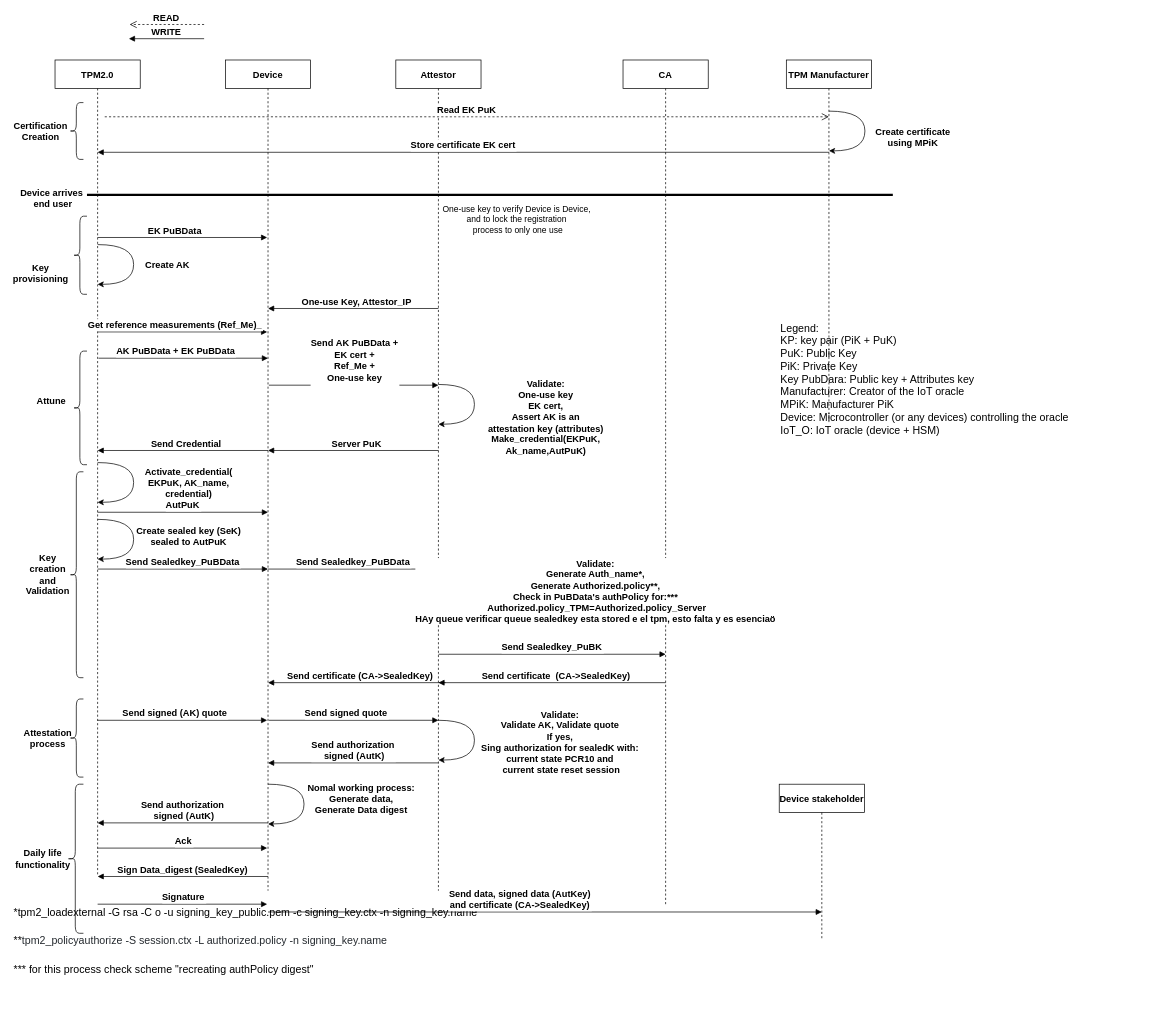
ernesto418/Remote_attestation_server keeps this draw.io diagram as server_remote/Scheme.drawio. Above is the earlier version. Source tidied: cells renumbered, new cells numbered last; positions are measured from the earlier drawing's top-left corner, leaving out a move shared by most shapes. Both pictures are drawn from the tidied source at 71%, with x=0, y=0 at pixel (12, 24).
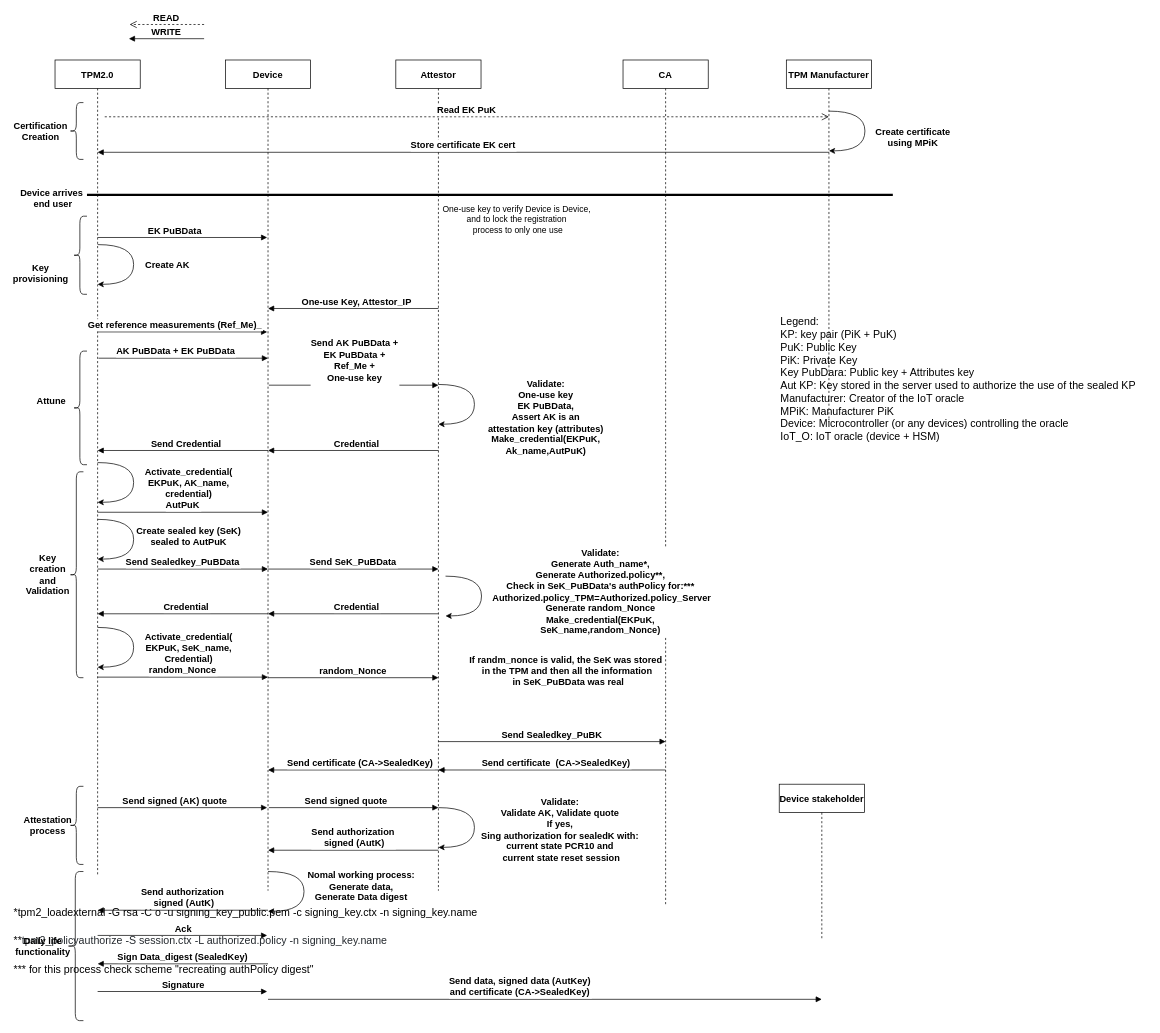
The same page after the edit.

Commit message:
Key creation an validation full defined

The change refers to these unchanged cells:
```xml
<mxCell id="29" style="curved=1;endArrow=classic;html=1;" parent="1" edge="1">
  <mxGeometry relative="1" as="geometry">
    <mxPoint x="600" y="507" as="sourcePoint" />
    <mxPoint x="600" y="563" as="targetPoint" />
    <Array as="points">
      <mxPoint x="650.7" y="507" />
      <mxPoint x="650.7" y="563" />
    </Array>
  </mxGeometry>
</mxCell>
<mxCell id="62" style="curved=1;endArrow=classic;html=1;" parent="1" edge="1">
  <mxGeometry relative="1" as="geometry">
    <mxPoint x="610" y="777" as="sourcePoint" />
    <mxPoint x="610" y="833" as="targetPoint" />
    <Array as="points">
      <mxPoint x="660.7" y="777" />
      <mxPoint x="660.7" y="833" />
    </Array>
  </mxGeometry>
</mxCell>
```

Diff of the diagram source:
```diff
@@
-    <mxCell id="18" value="&lt;font style=&quot;font-size: 15px&quot;&gt;&lt;span&gt;Legend:&lt;/span&gt;&lt;br&gt;KP: key pair (PiK + PuK)&lt;br&gt;&lt;span style=&quot;font-size: 15px&quot;&gt;PuK: Public Key&lt;/span&gt;&lt;br&gt;&lt;span style=&quot;font-size: 15px&quot;&gt;PiK: Private Key&lt;br&gt;&lt;/span&gt;Key PubDara: Public key + Attributes key&lt;br&gt;&lt;span style=&quot;font-size: 15px&quot;&gt;Manufacturer: Creator of the IoT oracle&lt;/span&gt;&lt;br&gt;&lt;span style=&quot;font-size: 15px&quot;&gt;MPiK: Manufacturer PiK&lt;/span&gt;&lt;br&gt;&lt;span style=&quot;font-size: 15px&quot;&gt;Device: Microcontroller (or any devices) controlling the oracle&lt;/span&gt;&lt;br&gt;&lt;div&gt;&lt;span&gt;&lt;font style=&quot;font-size: 15px&quot;&gt;IoT_O: IoT oracle (device + HSM)&lt;/font&gt;&lt;/span&gt;&lt;/div&gt;&lt;br&gt;&lt;/font&gt;" style="text;html=1;align=left;verticalAlign=middle;strokeColor=none;" parent="1" vertex="1">
-      <mxGeometry x="1080" y="433" width="420" height="150" as="geometry" />
+    <mxCell id="18" value="&lt;font style=&quot;font-size: 15px&quot;&gt;&lt;span&gt;Legend:&lt;/span&gt;&lt;br&gt;KP: key pair (PiK + PuK)&lt;br&gt;&lt;span style=&quot;font-size: 15px&quot;&gt;PuK: Public Key&lt;/span&gt;&lt;br&gt;&lt;span style=&quot;font-size: 15px&quot;&gt;PiK: Private Key&lt;br&gt;&lt;/span&gt;Key PubDara: Public key + Attributes key&lt;br&gt;Aut KP: Key stored in the server used to authorize the use of the sealed KP&lt;br&gt;&lt;span style=&quot;font-size: 15px&quot;&gt;Manufacturer: Creator of the IoT oracle&lt;/span&gt;&lt;br&gt;&lt;span style=&quot;font-size: 15px&quot;&gt;MPiK: Manufacturer PiK&lt;/span&gt;&lt;br&gt;&lt;span style=&quot;font-size: 15px&quot;&gt;Device: Microcontroller (or any devices) controlling the oracle&lt;/span&gt;&lt;br&gt;&lt;div&gt;&lt;span&gt;&lt;font style=&quot;font-size: 15px&quot;&gt;IoT_O: IoT oracle (device + HSM)&lt;/font&gt;&lt;/span&gt;&lt;/div&gt;&lt;br&gt;&lt;/font&gt;" style="text;html=1;align=left;verticalAlign=middle;strokeColor=none;" parent="1" vertex="1">
+      <mxGeometry x="1080" y="423" width="520" height="170" as="geometry" />
     </mxCell>
@@
-    <mxCell id="20" value="Send AK PuBData +&#10;EK cert +&#10;Ref_Me +&#10;One-use key&#10;" style="verticalAlign=bottom;endArrow=block;shadow=0;strokeWidth=1;fontStyle=1;fontSize=13;" parent="1" edge="1">
+    <mxCell id="20" value="Send AK PuBData +&#10;EK PuBData +&#10;Ref_Me +&#10;One-use key&#10;" style="verticalAlign=bottom;endArrow=block;shadow=0;strokeWidth=1;fontStyle=1;fontSize=13;" parent="1" edge="1">
       <mxGeometry x="0.01" y="-15" relative="1" as="geometry">
         <mxPoint x="361.2" y="508" as="sourcePoint" />
         <mxPoint x="600" y="508" as="targetPoint" />
       </mxGeometry>
     </mxCell>
@@
-    <mxCell id="30" value="&lt;span style=&quot;font-size: 13px&quot;&gt;&lt;b&gt;Validate:&lt;br&gt;One-use key&lt;br&gt;&lt;/b&gt;&lt;/span&gt;&lt;span style=&quot;font-size: 13px ; font-weight: 700&quot;&gt;EK cert&lt;/span&gt;&lt;span style=&quot;font-size: 13px&quot;&gt;&lt;b&gt;,&lt;br&gt;Assert AK is an &lt;br&gt;attestation key (attributes)&lt;br&gt;&lt;/b&gt;&lt;/span&gt;&lt;span style=&quot;font-size: 13px&quot;&gt;&lt;b&gt;Make_credential(EKPuK,&lt;br&gt;Ak_name,AutPuK)&lt;br&gt;&lt;br&gt;&lt;/b&gt;&lt;/span&gt;" style="edgeLabel;html=1;align=center;verticalAlign=middle;" parent="29" vertex="1">
+    <mxCell id="30" value="&lt;span style=&quot;font-size: 13px&quot;&gt;&lt;b&gt;Validate:&lt;br&gt;One-use key&lt;br&gt;&lt;/b&gt;&lt;/span&gt;&lt;span style=&quot;font-size: 13px ; font-weight: 700&quot;&gt;EK PuBData&lt;/span&gt;&lt;span style=&quot;font-size: 13px&quot;&gt;&lt;b&gt;,&lt;br&gt;Assert AK is an &lt;br&gt;attestation key (attributes)&lt;br&gt;&lt;/b&gt;&lt;/span&gt;&lt;span style=&quot;font-size: 13px&quot;&gt;&lt;b&gt;Make_credential(EKPuK,&lt;br&gt;Ak_name,AutPuK)&lt;br&gt;&lt;br&gt;&lt;/b&gt;&lt;/span&gt;" style="edgeLabel;html=1;align=center;verticalAlign=middle;" parent="29" vertex="1">
       <mxGeometry x="-0.36" y="-8" relative="1" as="geometry">
         <mxPoint x="100" y="45" as="offset" />
       </mxGeometry>
     </mxCell>
-    <mxCell id="31" value="Server PuK" style="verticalAlign=bottom;endArrow=block;endSize=6;shadow=0;strokeWidth=1;fontStyle=1;fontSize=13;endFill=1;" parent="1" edge="1">
+    <mxCell id="31" value="Credential" style="verticalAlign=bottom;endArrow=block;endSize=6;shadow=0;strokeWidth=1;fontStyle=1;fontSize=13;endFill=1;" parent="1" edge="1">
       <mxGeometry x="-0.04" relative="1" as="geometry">
         <mxPoint x="600" y="600" as="sourcePoint" />
         <mxPoint x="360" y="600" as="targetPoint" />
       </mxGeometry>
     </mxCell>
@@
-    <mxCell id="40" value="Send Sealedkey_PuBData" style="verticalAlign=bottom;endArrow=block;shadow=0;strokeWidth=1;fontStyle=1;fontSize=13;" parent="1" edge="1">
+    <mxCell id="40" value="Send SeK_PuBData" style="verticalAlign=bottom;endArrow=block;shadow=0;strokeWidth=1;fontStyle=1;fontSize=13;" parent="1" edge="1">
       <mxGeometry relative="1" as="geometry">
         <mxPoint x="360" y="767" as="sourcePoint" />
         <mxPoint x="600" y="767" as="targetPoint" />
       </mxGeometry>
     </mxCell>
     <mxCell id="41" style="curved=1;endArrow=classic;html=1;" parent="1" edge="1">
       <mxGeometry relative="1" as="geometry">
-        <mxPoint x="360" y="1070" as="sourcePoint" />
-        <mxPoint x="360" y="1126" as="targetPoint" />
+        <mxPoint x="360" y="1193" as="sourcePoint" />
+        <mxPoint x="360" y="1249" as="targetPoint" />
         <Array as="points">
-          <mxPoint x="410.7" y="1070" />
-          <mxPoint x="410.7" y="1126" />
+          <mxPoint x="410.7" y="1193" />
+          <mxPoint x="410.7" y="1249" />
         </Array>
       </mxGeometry>
     </mxCell>
@@
     <mxCell id="44" value="Send Sealedkey_PuBK" style="verticalAlign=bottom;endArrow=block;shadow=0;strokeWidth=1;fontStyle=1;fontSize=13;" parent="1" edge="1">
       <mxGeometry relative="1" as="geometry">
-        <mxPoint x="600" y="887" as="sourcePoint" />
-        <mxPoint x="920" y="887" as="targetPoint" />
+        <mxPoint x="600" y="1010" as="sourcePoint" />
+        <mxPoint x="920" y="1010" as="targetPoint" />
       </mxGeometry>
     </mxCell>
     <mxCell id="45" value="Send certificate  (CA-&gt;SealedKey)" style="verticalAlign=bottom;endArrow=block;endSize=6;shadow=0;strokeWidth=1;fontStyle=1;fontSize=13;endFill=1;" parent="1" edge="1">
       <mxGeometry x="-0.04" relative="1" as="geometry">
-        <mxPoint x="920" y="927" as="sourcePoint" />
-        <mxPoint x="600" y="927" as="targetPoint" />
+        <mxPoint x="920" y="1050" as="sourcePoint" />
+        <mxPoint x="600" y="1050" as="targetPoint" />
       </mxGeometry>
     </mxCell>
     <mxCell id="46" value="Send certificate (CA-&gt;SealedKey)" style="verticalAlign=bottom;endArrow=block;endSize=6;shadow=0;strokeWidth=1;fontStyle=1;fontSize=13;endFill=1;" parent="1" edge="1">
       <mxGeometry x="-0.04" relative="1" as="geometry">
-        <mxPoint x="610" y="927" as="sourcePoint" />
-        <mxPoint x="360" y="927" as="targetPoint" />
+        <mxPoint x="610" y="1050" as="sourcePoint" />
+        <mxPoint x="360" y="1050" as="targetPoint" />
       </mxGeometry>
     </mxCell>
@@
     <mxCell id="50" style="group;fontStyle=1;fontSize=13;" parent="1" vertex="1">
-      <mxGeometry x="30" y="950" width="70" height="110" as="geometry" />
+      <mxGeometry x="30" y="1073" width="70" height="110" as="geometry" />
     </mxCell>
@@
     <mxCell id="53" value="Send signed (AK) quote" style="verticalAlign=bottom;endArrow=block;shadow=0;strokeWidth=1;fontStyle=1;fontSize=13;endFill=1;" parent="1" edge="1">
       <mxGeometry x="-0.09" relative="1" as="geometry">
-        <mxPoint x="120" y="980" as="sourcePoint" />
-        <mxPoint x="358.8" y="980" as="targetPoint" />
+        <mxPoint x="120" y="1103" as="sourcePoint" />
+        <mxPoint x="358.8" y="1103" as="targetPoint" />
       </mxGeometry>
     </mxCell>
     <mxCell id="54" value="Send signed quote" style="verticalAlign=bottom;endArrow=block;shadow=0;strokeWidth=1;fontStyle=1;fontSize=13;endFill=1;" parent="1" edge="1">
       <mxGeometry x="-0.09" relative="1" as="geometry">
-        <mxPoint x="361.2" y="980" as="sourcePoint" />
-        <mxPoint x="600" y="980" as="targetPoint" />
+        <mxPoint x="361.2" y="1103" as="sourcePoint" />
+        <mxPoint x="600" y="1103" as="targetPoint" />
       </mxGeometry>
     </mxCell>
     <mxCell id="55" style="curved=1;endArrow=classic;html=1;" parent="1" edge="1">
       <mxGeometry relative="1" as="geometry">
-        <mxPoint x="600" y="980" as="sourcePoint" />
-        <mxPoint x="600" y="1036" as="targetPoint" />
+        <mxPoint x="600" y="1103" as="sourcePoint" />
+        <mxPoint x="600" y="1159" as="targetPoint" />
         <Array as="points">
-          <mxPoint x="650.7" y="980" />
-          <mxPoint x="650.7" y="1036" />
+          <mxPoint x="650.7" y="1103" />
+          <mxPoint x="650.7" y="1159" />
         </Array>
       </mxGeometry>
     </mxCell>
@@
     <mxCell id="57" value="Send authorization&#10; signed (AutK)" style="verticalAlign=bottom;endArrow=block;endSize=6;shadow=0;strokeWidth=1;fontStyle=1;fontSize=13;endFill=1;" parent="1" edge="1">
       <mxGeometry relative="1" as="geometry">
-        <mxPoint x="600" y="1040" as="sourcePoint" />
-        <mxPoint x="360" y="1040" as="targetPoint" />
+        <mxPoint x="600" y="1163" as="sourcePoint" />
+        <mxPoint x="360" y="1163" as="targetPoint" />
       </mxGeometry>
     </mxCell>
     <mxCell id="58" value="Send authorization&#10; signed (AutK)" style="verticalAlign=bottom;endArrow=block;endSize=6;shadow=0;strokeWidth=1;fontStyle=1;fontSize=13;endFill=1;" parent="1" edge="1">
       <mxGeometry relative="1" as="geometry">
-        <mxPoint x="360" y="1124.5" as="sourcePoint" />
-        <mxPoint x="120" y="1124.5" as="targetPoint" />
+        <mxPoint x="360" y="1247.5" as="sourcePoint" />
+        <mxPoint x="120" y="1247.5" as="targetPoint" />
       </mxGeometry>
     </mxCell>
     <mxCell id="59" style="group;fontStyle=1;fontSize=13;" parent="1" vertex="1">
-      <mxGeometry x="20" y="1070" width="80" height="210" as="geometry" />
+      <mxGeometry x="20" y="1193" width="80" height="210" as="geometry" />
     </mxCell>
@@
-    <mxCell id="63" value="&lt;span style=&quot;font-size: 13px&quot;&gt;&lt;b&gt;Validate:&lt;br&gt;&lt;/b&gt;&lt;/span&gt;&lt;span style=&quot;font-size: 13px&quot;&gt;&lt;b&gt;Generate Auth_name*,&lt;br&gt;Generate Authorized.policy**,&lt;br&gt;Check in PuBData's&amp;nbsp;&lt;/b&gt;&lt;/span&gt;&lt;font style=&quot;font-size: 13px&quot;&gt;&lt;b&gt;authPolicy&lt;/b&gt;&lt;/font&gt;&lt;span style=&quot;font-size: 13px&quot;&gt;&lt;b&gt;&amp;nbsp;for:***&lt;br&gt;&amp;nbsp;&lt;/b&gt;&lt;/span&gt;&lt;b style=&quot;font-size: 13px&quot;&gt;Authorized.policy_TPM=&lt;/b&gt;&lt;b style=&quot;font-size: 13px&quot;&gt;Authorized.policy_Server&lt;br&gt;&lt;/b&gt;&lt;span style=&quot;font-size: 13px&quot;&gt;&lt;b&gt;HAy queue verificar queue sealedkey esta stored e el tpm, esto falta y es esenciaö&lt;br&gt;&lt;/b&gt;&lt;/span&gt;" style="edgeLabel;html=1;align=center;verticalAlign=middle;" parent="62" vertex="1">
+    <mxCell id="63" value="&lt;span style=&quot;font-size: 13px&quot;&gt;&lt;b&gt;Validate:&lt;br&gt;&lt;/b&gt;&lt;/span&gt;&lt;span style=&quot;font-size: 13px&quot;&gt;&lt;b&gt;Generate Auth_name*,&lt;br&gt;Generate Authorized.policy**,&lt;br&gt;Check in SeK_PuBData's&amp;nbsp;&lt;/b&gt;&lt;/span&gt;&lt;font style=&quot;font-size: 13px&quot;&gt;&lt;b&gt;authPolicy&lt;/b&gt;&lt;/font&gt;&lt;span style=&quot;font-size: 13px&quot;&gt;&lt;b&gt;&amp;nbsp;for:***&lt;br&gt;&amp;nbsp;&lt;/b&gt;&lt;/span&gt;&lt;b style=&quot;font-size: 13px&quot;&gt;Authorized.policy_TPM=&lt;/b&gt;&lt;b style=&quot;font-size: 13px&quot;&gt;Authorized.policy_Server&lt;br&gt;&lt;/b&gt;&lt;span style=&quot;font-size: 13px&quot;&gt;&lt;b&gt;Generate random_Nonce&lt;br&gt;&lt;/b&gt;&lt;/span&gt;&lt;b style=&quot;font-size: 13px&quot;&gt;Make_credential(EKPuK,&lt;br&gt;SeK_name,&lt;/b&gt;&lt;b style=&quot;font-size: 13px&quot;&gt;random_Nonce&lt;/b&gt;&lt;b style=&quot;font-size: 13px&quot;&gt;)&lt;/b&gt;&lt;span style=&quot;font-size: 13px&quot;&gt;&lt;b&gt;&lt;br&gt;&lt;/b&gt;&lt;/span&gt;" style="edgeLabel;html=1;align=center;verticalAlign=middle;" parent="62" vertex="1">
       <mxGeometry x="-0.36" y="-8" relative="1" as="geometry">
-        <mxPoint x="160" y="12" as="offset" />
+        <mxPoint x="167" y="13" as="offset" />
       </mxGeometry>
     </mxCell>
     <mxCell id="64" value="Ack" style="verticalAlign=bottom;endArrow=block;shadow=0;strokeWidth=1;fontStyle=1;fontSize=13;endFill=1;" parent="1" edge="1">
       <mxGeometry x="0.01" relative="1" as="geometry">
-        <mxPoint x="120" y="1160" as="sourcePoint" />
-        <mxPoint x="358.8" y="1160" as="targetPoint" />
+        <mxPoint x="120" y="1283" as="sourcePoint" />
+        <mxPoint x="358.8" y="1283" as="targetPoint" />
       </mxGeometry>
     </mxCell>
     <mxCell id="65" value="Sign Data_digest (SealedKey)" style="verticalAlign=bottom;endArrow=block;endSize=6;shadow=0;strokeWidth=1;fontStyle=1;fontSize=13;endFill=1;" parent="1" edge="1">
       <mxGeometry relative="1" as="geometry">
-        <mxPoint x="360" y="1200" as="sourcePoint" />
-        <mxPoint x="120" y="1200" as="targetPoint" />
+        <mxPoint x="360" y="1323" as="sourcePoint" />
+        <mxPoint x="120" y="1323" as="targetPoint" />
       </mxGeometry>
     </mxCell>
     <mxCell id="66" value="Signature" style="verticalAlign=bottom;endArrow=block;shadow=0;strokeWidth=1;fontStyle=1;fontSize=13;endFill=1;" parent="1" edge="1">
       <mxGeometry x="0.01" relative="1" as="geometry">
-        <mxPoint x="120" y="1239" as="sourcePoint" />
-        <mxPoint x="358.8" y="1239" as="targetPoint" />
+        <mxPoint x="120" y="1362" as="sourcePoint" />
+        <mxPoint x="358.8" y="1362" as="targetPoint" />
       </mxGeometry>
     </mxCell>
     <mxCell id="67" value="Send data, signed data (AutKey)&#10;and certificate (CA-&gt;SealedKey)" style="verticalAlign=bottom;endArrow=block;shadow=0;strokeWidth=1;fontStyle=1;fontSize=13;endFill=1;" parent="1" edge="1">
       <mxGeometry x="-0.09" relative="1" as="geometry">
-        <mxPoint x="360" y="1250" as="sourcePoint" />
-        <mxPoint x="1140" y="1250" as="targetPoint" />
+        <mxPoint x="360" y="1373" as="sourcePoint" />
+        <mxPoint x="1140" y="1373" as="targetPoint" />
       </mxGeometry>
     </mxCell>
@@
+    <mxCell id="73" value="Credential" style="verticalAlign=bottom;endArrow=block;endSize=6;shadow=0;strokeWidth=1;fontStyle=1;fontSize=13;endFill=1;" parent="1" edge="1">
+      <mxGeometry x="-0.04" relative="1" as="geometry">
+        <mxPoint x="600" y="830" as="sourcePoint" />
+        <mxPoint x="360" y="830" as="targetPoint" />
+      </mxGeometry>
+    </mxCell>
+    <mxCell id="74" value="Credential" style="verticalAlign=bottom;endArrow=block;endSize=6;shadow=0;strokeWidth=1;fontStyle=1;fontSize=13;endFill=1;" parent="1" edge="1">
+      <mxGeometry x="-0.04" relative="1" as="geometry">
+        <mxPoint x="360" y="830" as="sourcePoint" />
+        <mxPoint x="120" y="830" as="targetPoint" />
+      </mxGeometry>
+    </mxCell>
+    <mxCell id="75" value="random_Nonce" style="verticalAlign=bottom;endArrow=block;shadow=0;strokeWidth=1;fontStyle=1;fontSize=13;" parent="1" edge="1">
+      <mxGeometry relative="1" as="geometry">
+        <mxPoint x="120" y="919.2" as="sourcePoint" />
+        <mxPoint x="360" y="919.2" as="targetPoint" />
+      </mxGeometry>
+    </mxCell>
+    <mxCell id="76" style="curved=1;endArrow=classic;html=1;" parent="1" edge="1">
+      <mxGeometry relative="1" as="geometry">
+        <mxPoint x="120" y="849.2" as="sourcePoint" />
+        <mxPoint x="120" y="905.2" as="targetPoint" />
+        <Array as="points">
+          <mxPoint x="170.7" y="849.2" />
+          <mxPoint x="170.7" y="905.2" />
+        </Array>
+      </mxGeometry>
+    </mxCell>
+    <mxCell id="77" value="&lt;span style=&quot;font-size: 13px&quot;&gt;&lt;b&gt;Activate_credential(&lt;br&gt;EKPuK,&amp;nbsp;&lt;/b&gt;&lt;/span&gt;&lt;b style=&quot;font-size: 13px&quot;&gt;SeK_name&lt;/b&gt;&lt;span style=&quot;font-size: 13px&quot;&gt;&lt;b&gt;,&lt;br&gt;&lt;/b&gt;&lt;/span&gt;&lt;span style=&quot;font-size: 13px ; font-weight: 700&quot;&gt;Credential&lt;/span&gt;&lt;span style=&quot;font-size: 13px&quot;&gt;&lt;b&gt;)&lt;br&gt;&lt;/b&gt;&lt;/span&gt;" style="edgeLabel;html=1;align=center;verticalAlign=middle;" parent="76" vertex="1">
+      <mxGeometry x="-0.36" y="-8" relative="1" as="geometry">
+        <mxPoint x="77" y="20" as="offset" />
+      </mxGeometry>
+    </mxCell>
+    <mxCell id="78" value="random_Nonce" style="verticalAlign=bottom;endArrow=block;shadow=0;strokeWidth=1;fontStyle=1;fontSize=13;" parent="1" edge="1">
+      <mxGeometry relative="1" as="geometry">
+        <mxPoint x="360" y="920" as="sourcePoint" />
+        <mxPoint x="600" y="920" as="targetPoint" />
+      </mxGeometry>
+    </mxCell>
+    <mxCell id="79" value="&lt;b style=&quot;font-size: 13px&quot;&gt;If randm_nonce is valid, the SeK was stored&amp;nbsp;&lt;br&gt;&lt;/b&gt;&lt;span style=&quot;font-size: 13px&quot;&gt;&lt;b&gt;in the TPM and then all the information&lt;br&gt;&amp;nbsp;in SeK_PuBData was real&lt;br&gt;&lt;/b&gt;&lt;/span&gt;" style="edgeLabel;html=1;align=center;verticalAlign=middle;" parent="1" vertex="1">
+      <mxGeometry x="780" y="910" as="geometry" />
+    </mxCell>
```
